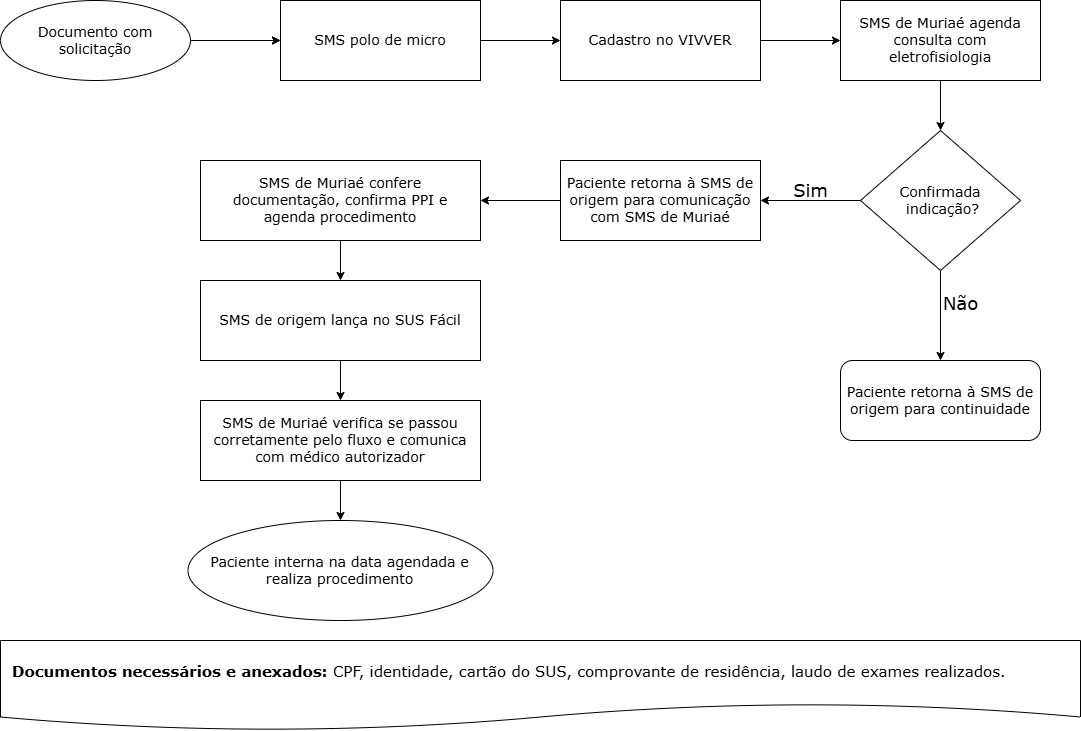
Above: public/img/fluxos-assistenciais/cardiologia/eletrofisiologia/fluxo.png in inovacao-saude-muriae/site-saude (draw.io), before the change. Source tidied: cells renumbered, new cells last; positions are measured from the earlier drawing's top-left corner, leaving out a move shared by most shapes.
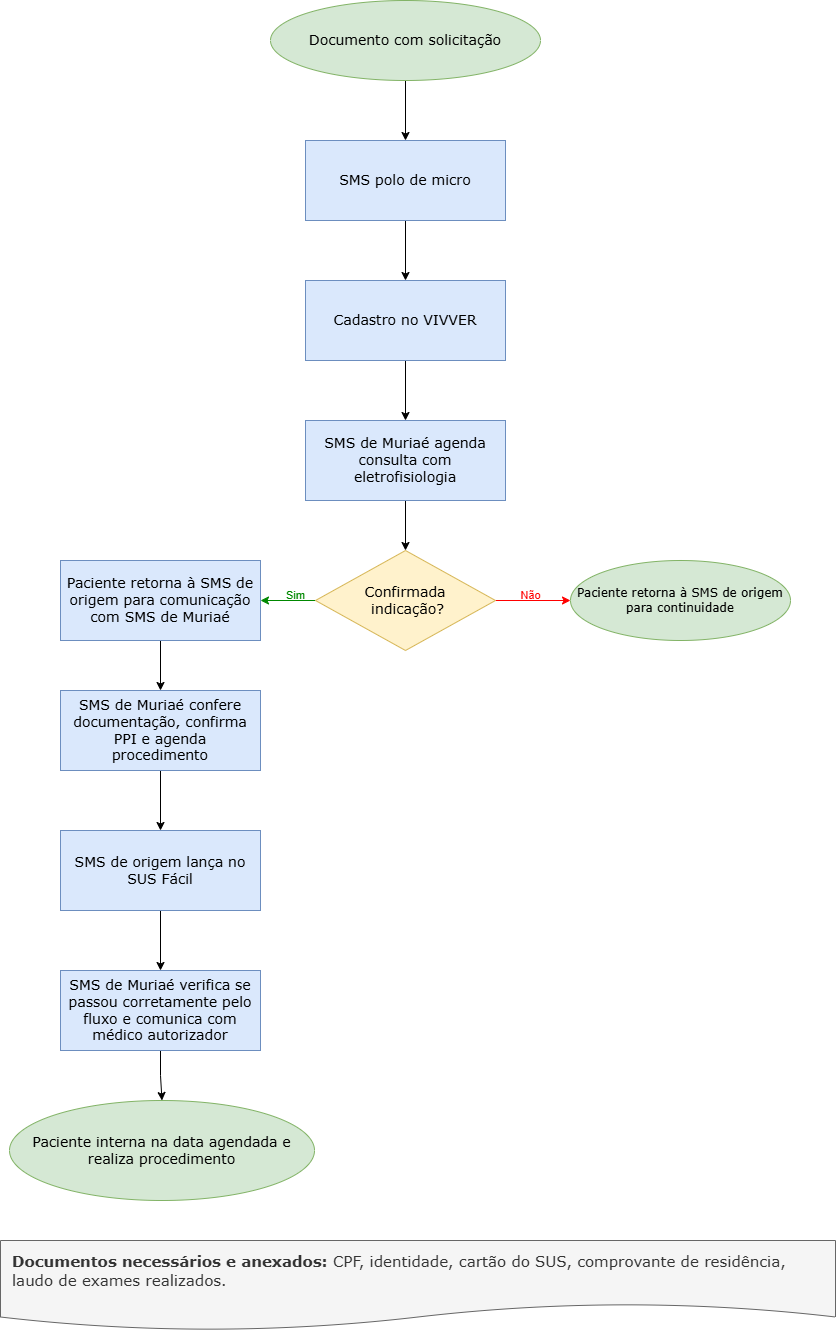
The same file after the commit.

The edit, as a diff of the source:
```diff
@@ -2,82 +2,81 @@
   <root>
     <mxCell id="0" />
     <mxCell id="1" parent="0" />
-    <mxCell id="2" style="edgeStyle=orthogonalEdgeStyle;rounded=0;jettySize=auto;html=1;exitX=1;exitY=0.5;exitDx=0;exitDy=0;entryX=0;entryY=0.5;entryDx=0;entryDy=0;" parent="1" edge="1" target="4">
-      <mxGeometry relative="1" as="geometry">
-        <mxPoint x="200" y="40" as="sourcePoint" />
-      </mxGeometry>
-    </mxCell>
-    <mxCell id="3" style="edgeStyle=orthogonalEdgeStyle;rounded=0;jettySize=auto;html=1;exitX=1;exitY=0.5;exitDx=0;exitDy=0;" parent="1" edge="1" source="4" target="6">
+    <mxCell id="3" style="edgeStyle=orthogonalEdgeStyle;rounded=0;jettySize=auto;html=1;exitX=0.5;exitY=1;exitDx=0;exitDy=0;entryX=0.5;entryY=0;entryDx=0;entryDy=0;" parent="1" edge="1" source="4" target="6">
       <mxGeometry relative="1" as="geometry" />
     </mxCell>
-    <mxCell id="4" value="&lt;font style=&quot;font-size: 14px;&quot; face=&quot;Verdana&quot;&gt;SMS polo de micro&lt;/font&gt;" style="rounded=0;whiteSpace=wrap;html=1;spacingLeft=5;spacingRight=5;" parent="1" vertex="1">
-      <mxGeometry x="280" width="200" height="80" as="geometry" />
+    <mxCell id="4" value="&lt;font style=&quot;font-size: 14px;&quot;&gt;SMS polo de micro&lt;/font&gt;" style="rounded=0;whiteSpace=wrap;html=1;spacingLeft=5;spacingRight=5;fontFamily=Verdana;fillColor=#dae8fc;strokeColor=#6c8ebf;" parent="1" vertex="1">
+      <mxGeometry x="679" y="-980" width="200" height="80" as="geometry" />
     </mxCell>
-    <mxCell id="5" style="edgeStyle=orthogonalEdgeStyle;rounded=0;jettySize=auto;html=1;exitX=1;exitY=0.5;exitDx=0;exitDy=0;entryX=0;entryY=0.5;entryDx=0;entryDy=0;" parent="1" edge="1" source="6" target="8">
+    <mxCell id="5" style="edgeStyle=orthogonalEdgeStyle;rounded=0;jettySize=auto;html=1;exitX=0.5;exitY=1;exitDx=0;exitDy=0;entryX=0.5;entryY=0;entryDx=0;entryDy=0;" parent="1" edge="1" source="6" target="8">
       <mxGeometry relative="1" as="geometry" />
     </mxCell>
-    <mxCell id="6" value="&lt;font style=&quot;font-size: 14px;&quot; face=&quot;Verdana&quot;&gt;Cadastro no VIVVER&lt;/font&gt;" style="rounded=0;whiteSpace=wrap;html=1;spacingLeft=5;spacingRight=5;" parent="1" vertex="1">
-      <mxGeometry x="560" width="200" height="80" as="geometry" />
+    <mxCell id="6" value="&lt;font style=&quot;font-size: 14px;&quot;&gt;Cadastro no VIVVER&lt;/font&gt;" style="rounded=0;whiteSpace=wrap;html=1;spacingLeft=5;spacingRight=5;fontFamily=Verdana;fillColor=#dae8fc;strokeColor=#6c8ebf;" parent="1" vertex="1">
+      <mxGeometry x="679" y="-840" width="200" height="80" as="geometry" />
     </mxCell>
     <mxCell id="7" style="edgeStyle=orthogonalEdgeStyle;rounded=0;jettySize=auto;html=1;exitX=0.5;exitY=1;exitDx=0;exitDy=0;entryX=0.5;entryY=0;entryDx=0;entryDy=0;" parent="1" edge="1" source="8" target="10">
       <mxGeometry relative="1" as="geometry" />
     </mxCell>
-    <mxCell id="8" value="&lt;font style=&quot;font-size: 14px;&quot; face=&quot;Verdana&quot;&gt;SMS de Muriaé agenda consulta com eletrofisiologia&lt;/font&gt;" style="rounded=0;whiteSpace=wrap;html=1;spacingLeft=5;spacingRight=5;" parent="1" vertex="1">
-      <mxGeometry x="840" width="200" height="80" as="geometry" />
+    <mxCell id="8" value="&lt;font style=&quot;font-size: 14px;&quot;&gt;SMS de Muriaé agenda consulta com eletrofisiologia&lt;/font&gt;" style="rounded=0;whiteSpace=wrap;html=1;spacingLeft=5;spacingRight=5;fontFamily=Verdana;fillColor=#dae8fc;strokeColor=#6c8ebf;" parent="1" vertex="1">
+      <mxGeometry x="679" y="-700" width="200" height="80" as="geometry" />
     </mxCell>
-    <mxCell id="9" style="edgeStyle=orthogonalEdgeStyle;rounded=0;jettySize=auto;html=1;exitX=0.5;exitY=1;exitDx=0;exitDy=0;entryX=0.5;entryY=0;entryDx=0;entryDy=0;" parent="1" edge="1" source="10" target="11">
+    <mxCell id="9" style="edgeStyle=orthogonalEdgeStyle;rounded=0;jettySize=auto;html=1;exitX=1;exitY=0.5;exitDx=0;exitDy=0;entryX=0;entryY=0.5;entryDx=0;entryDy=0;strokeColor=#FF0000;" parent="1" edge="1" source="10" target="11">
       <mxGeometry relative="1" as="geometry" />
     </mxCell>
+    <mxCell id="22" value="&lt;font style=&quot;color: rgb(255, 0, 0);&quot;&gt;Não&lt;/font&gt;" style="edgeLabel;html=1;align=center;verticalAlign=middle;labelBackgroundColor=none;" parent="9" vertex="1">
+      <mxGeometry x="0.23" y="1" relative="1" as="geometry">
+        <mxPoint x="-20" y="-9" as="offset" />
+      </mxGeometry>
+    </mxCell>
+    <mxCell id="20" style="edgeStyle=orthogonalEdgeStyle;rounded=0;jettySize=auto;html=1;exitX=0;exitY=0.5;exitDx=0;exitDy=0;strokeColor=#008800;" parent="1" edge="1" source="10" target="13">
+      <mxGeometry relative="1" as="geometry" />
+    </mxCell>
+    <mxCell id="23" value="&lt;font style=&quot;color: rgb(0, 136, 0);&quot;&gt;Sim&lt;/font&gt;" style="edgeLabel;html=1;align=center;verticalAlign=middle;labelBackgroundColor=none;" parent="20" vertex="1">
+      <mxGeometry x="0.08" y="1" relative="1" as="geometry">
+        <mxPoint x="5" y="-11" as="offset" />
+      </mxGeometry>
+    </mxCell>
-    <mxCell id="10" value="&lt;font face=&quot;Verdana&quot; style=&quot;font-size: 14px;&quot;&gt;Confirmada&lt;/font&gt;&lt;div&gt;&lt;font face=&quot;Verdana&quot; style=&quot;font-size: 14px;&quot;&gt;&amp;nbsp;indicação?&lt;/font&gt;&lt;/div&gt;" style="rhombus;whiteSpace=wrap;html=1;spacingLeft=5;spacingRight=5;" parent="1" vertex="1">
-      <mxGeometry x="860" y="130" width="160" height="140" as="geometry" />
+    <mxCell id="10" value="&lt;font style=&quot;font-size: 14px;&quot;&gt;Confirmada&lt;/font&gt;&lt;div&gt;&lt;font style=&quot;font-size: 14px;&quot;&gt;&amp;nbsp;indicação?&lt;/font&gt;&lt;/div&gt;" style="rhombus;whiteSpace=wrap;html=1;spacingLeft=5;spacingRight=5;fontFamily=Verdana;fillColor=#fff2cc;strokeColor=#d6b656;" parent="1" vertex="1">
+      <mxGeometry x="689" y="-570" width="180" height="100" as="geometry" />
     </mxCell>
-    <mxCell id="11" value="&lt;font style=&quot;font-size: 14px;&quot;&gt;Paciente retorna à SMS de origem para continuidade&lt;/font&gt;" style="rounded=1;whiteSpace=wrap;html=1;fontFamily=Verdana;fontSize=13;spacingLeft=5;spacingRight=5;" parent="1" vertex="1">
-      <mxGeometry x="840" y="360" width="200" height="80" as="geometry" />
-    </mxCell>
-    <mxCell id="12" style="edgeStyle=orthogonalEdgeStyle;rounded=0;jettySize=auto;html=1;exitX=0;exitY=0.5;exitDx=0;exitDy=0;entryX=1;entryY=0.5;entryDx=0;entryDy=0;" parent="1" edge="1" source="13" target="15">
+    <mxCell id="12" style="edgeStyle=orthogonalEdgeStyle;rounded=0;jettySize=auto;html=1;exitX=0.5;exitY=1;exitDx=0;exitDy=0;" parent="1" edge="1" source="13" target="15">
       <mxGeometry relative="1" as="geometry" />
     </mxCell>
-    <mxCell id="13" value="&lt;font style=&quot;font-size: 14px;&quot; face=&quot;Verdana&quot;&gt;Paciente retorna à SMS de origem para comunicação com SMS de Muriaé&lt;/font&gt;" style="rounded=0;whiteSpace=wrap;html=1;spacingLeft=5;spacingRight=5;" parent="1" vertex="1">
-      <mxGeometry x="560" y="160" width="200" height="80" as="geometry" />
+    <mxCell id="13" value="&lt;font style=&quot;font-size: 14px;&quot;&gt;Paciente retorna à SMS de origem para comunicação com SMS de Muriaé&lt;/font&gt;" style="rounded=0;whiteSpace=wrap;html=1;spacingLeft=5;spacingRight=5;fontFamily=Verdana;fillColor=#dae8fc;strokeColor=#6c8ebf;" parent="1" vertex="1">
+      <mxGeometry x="434" y="-560" width="200" height="80" as="geometry" />
     </mxCell>
     <mxCell id="14" style="edgeStyle=orthogonalEdgeStyle;rounded=0;jettySize=auto;html=1;exitX=0.5;exitY=1;exitDx=0;exitDy=0;entryX=0.5;entryY=0;entryDx=0;entryDy=0;" parent="1" edge="1" source="15" target="17">
       <mxGeometry relative="1" as="geometry" />
     </mxCell>
-    <mxCell id="15" value="&lt;font style=&quot;font-size: 14px;&quot; face=&quot;Verdana&quot;&gt;SMS de Muriaé confere documentação, confirma PPI e agenda procedimento&lt;/font&gt;" style="rounded=0;whiteSpace=wrap;html=1;spacingLeft=5;spacingRight=5;" parent="1" vertex="1">
-      <mxGeometry x="200" y="160" width="280" height="80" as="geometry" />
+    <mxCell id="15" value="&lt;font style=&quot;font-size: 14px;&quot;&gt;SMS de Muriaé confere documentação, confirma PPI e agenda procedimento&lt;/font&gt;" style="rounded=0;whiteSpace=wrap;html=1;spacingLeft=5;spacingRight=5;fontFamily=Verdana;fillColor=#dae8fc;strokeColor=#6c8ebf;" parent="1" vertex="1">
+      <mxGeometry x="434" y="-430" width="200" height="80" as="geometry" />
     </mxCell>
     <mxCell id="16" style="edgeStyle=orthogonalEdgeStyle;rounded=0;jettySize=auto;html=1;exitX=0.5;exitY=1;exitDx=0;exitDy=0;entryX=0.5;entryY=0;entryDx=0;entryDy=0;" parent="1" edge="1" source="17" target="19">
       <mxGeometry relative="1" as="geometry" />
     </mxCell>
-    <mxCell id="17" value="&lt;font style=&quot;font-size: 14px;&quot; face=&quot;Verdana&quot;&gt;SMS de origem lança no SUS Fácil&lt;/font&gt;" style="rounded=0;whiteSpace=wrap;html=1;spacingLeft=5;spacingRight=5;" parent="1" vertex="1">
-      <mxGeometry x="200" y="280" width="280" height="80" as="geometry" />
+    <mxCell id="17" value="&lt;font style=&quot;font-size: 14px;&quot;&gt;SMS de origem lança no SUS Fácil&lt;/font&gt;" style="rounded=0;whiteSpace=wrap;html=1;spacingLeft=5;spacingRight=5;fontFamily=Verdana;fillColor=#dae8fc;strokeColor=#6c8ebf;" parent="1" vertex="1">
+      <mxGeometry x="434" y="-290" width="200" height="80" as="geometry" />
     </mxCell>
     <mxCell id="18" style="edgeStyle=orthogonalEdgeStyle;rounded=0;jettySize=auto;html=1;exitX=0.5;exitY=1;exitDx=0;exitDy=0;entryX=0.5;entryY=0;entryDx=0;entryDy=0;" parent="1" edge="1" source="19" target="26">
       <mxGeometry relative="1" as="geometry" />
     </mxCell>
-    <mxCell id="19" value="&lt;font style=&quot;font-size: 14px;&quot; face=&quot;Verdana&quot;&gt;SMS de Muriaé verifica se passou corretamente pelo fluxo e comunica com médico autorizador&lt;/font&gt;" style="rounded=0;whiteSpace=wrap;html=1;spacingLeft=5;spacingRight=5;" parent="1" vertex="1">
-      <mxGeometry x="200" y="400" width="280" height="80" as="geometry" />
+    <mxCell id="19" value="&lt;font style=&quot;font-size: 14px;&quot;&gt;SMS de Muriaé verifica se passou corretamente pelo fluxo e comunica com médico autorizador&lt;/font&gt;" style="rounded=0;whiteSpace=wrap;html=1;spacingLeft=5;spacingRight=5;fontFamily=Verdana;fillColor=#dae8fc;strokeColor=#6c8ebf;" parent="1" vertex="1">
+      <mxGeometry x="434" y="-150" width="200" height="80" as="geometry" />
     </mxCell>
-    <mxCell id="20" style="edgeStyle=orthogonalEdgeStyle;rounded=0;jettySize=auto;html=1;exitX=0;exitY=0.5;exitDx=0;exitDy=0;entryX=1;entryY=0.5;entryDx=0;entryDy=0;" parent="1" edge="1" source="10" target="13">
-      <mxGeometry relative="1" as="geometry" />
-    </mxCell>
-    <mxCell id="21" value="&lt;font face=&quot;Verdana&quot; style=&quot;font-size: 15px;&quot;&gt;&lt;b&gt;Documentos necessários e anexados:&lt;/b&gt; CPF, identidade, cartão do SUS, comprovante de residência, laudo de exames realizados.&lt;/font&gt;" style="shape=document;whiteSpace=wrap;html=1;boundedLbl=1;align=left;spacingLeft=10;spacingRight=10;" parent="1" vertex="1">
-      <mxGeometry y="640" width="1080" height="90" as="geometry" />
+    <mxCell id="21" value="&lt;font face=&quot;Verdana&quot; style=&quot;font-size: 15px;&quot;&gt;&lt;b&gt;Documentos necessários e anexados:&lt;/b&gt; CPF, identidade, cartão do SUS, comprovante de residência, laudo de exames realizados.&lt;/font&gt;" style="shape=document;whiteSpace=wrap;html=1;boundedLbl=1;align=left;spacingLeft=10;spacingRight=10;fillColor=#f5f5f5;fontColor=#333333;strokeColor=#666666;" parent="1" vertex="1">
+      <mxGeometry x="374" y="120" width="835" height="90" as="geometry" />
     </mxCell>
-    <mxCell id="22" value="&lt;font face=&quot;Verdana&quot; style=&quot;font-size: 18px;&quot;&gt;Não&lt;/font&gt;" style="text;html=1;align=center;verticalAlign=middle;strokeColor=none;fillColor=none;" parent="1" vertex="1">
-      <mxGeometry x="930" y="283" width="60" height="40" as="geometry" />
-    </mxCell>
-    <mxCell id="23" value="&lt;font face=&quot;Verdana&quot; style=&quot;font-size: 18px;&quot;&gt;Sim&lt;/font&gt;" style="text;html=1;align=center;verticalAlign=middle;strokeColor=none;fillColor=none;" parent="1" vertex="1">
-      <mxGeometry x="780" y="170" width="60" height="40" as="geometry" />
-    </mxCell>
-    <mxCell id="24" style="edgeStyle=orthogonalEdgeStyle;rounded=0;jettySize=auto;html=1;exitX=1;exitY=0.5;exitDx=0;exitDy=0;" parent="1" edge="1" source="25" target="4">
+    <mxCell id="24" style="edgeStyle=orthogonalEdgeStyle;rounded=0;jettySize=auto;html=1;exitX=0.5;exitY=1;exitDx=0;exitDy=0;" parent="1" edge="1" source="25" target="4">
       <mxGeometry relative="1" as="geometry" />
     </mxCell>
-    <mxCell id="25" value="&lt;span style=&quot;font-family: Verdana; font-size: 14px;&quot;&gt;Documento com solicitação&lt;/span&gt;" style="ellipse;whiteSpace=wrap;html=1;spacingLeft=5;spacingRight=5;" parent="1" vertex="1">
-      <mxGeometry width="190" height="80" as="geometry" />
+    <mxCell id="25" value="&lt;span style=&quot;font-size: 14px;&quot;&gt;Documento com solicitação&lt;/span&gt;" style="ellipse;whiteSpace=wrap;html=1;spacingLeft=5;spacingRight=5;fontFamily=Verdana;fillColor=#d5e8d4;strokeColor=#82b366;" parent="1" vertex="1">
+      <mxGeometry x="644" y="-1120" width="270" height="80" as="geometry" />
     </mxCell>
-    <mxCell id="26" value="&lt;span style=&quot;font-family: Verdana;&quot;&gt;&lt;font style=&quot;font-size: 14px;&quot;&gt;Paciente interna na data agendada e realiza procedimento&lt;/font&gt;&lt;/span&gt;" style="ellipse;whiteSpace=wrap;html=1;spacingLeft=5;spacingRight=5;" parent="1" vertex="1">
-      <mxGeometry x="187.5" y="520" width="305" height="100" as="geometry" />
+    <mxCell id="26" value="&lt;span style=&quot;&quot;&gt;&lt;font style=&quot;font-size: 14px;&quot;&gt;Paciente interna na data agendada e realiza procedimento&lt;/font&gt;&lt;/span&gt;" style="ellipse;whiteSpace=wrap;html=1;spacingLeft=5;spacingRight=5;fontFamily=Verdana;fillColor=#d5e8d4;strokeColor=#82b366;" parent="1" vertex="1">
+      <mxGeometry x="383" y="-20" width="305" height="100" as="geometry" />
     </mxCell>
+    <mxCell id="11" value="Paciente retorna à SMS de origem para continuidade" style="ellipse;whiteSpace=wrap;html=1;fontFamily=Verdana;fillColor=#d5e8d4;strokeColor=#82b366;" parent="1" vertex="1">
+      <mxGeometry x="944" y="-560" width="220" height="80" as="geometry" />
+    </mxCell>
   </root>
 </mxGraphModel>
```
